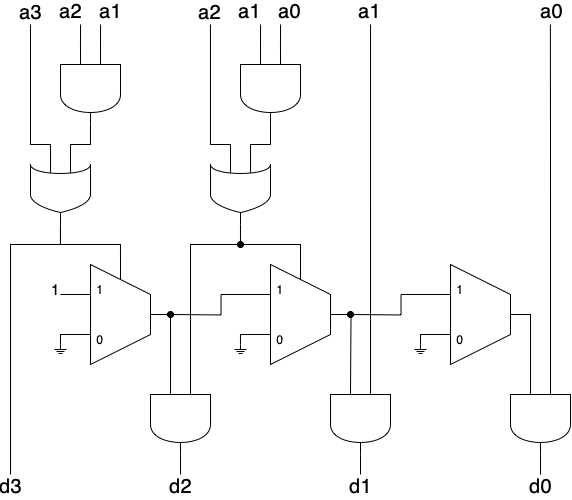
The draw.io diagram BASE_4BIT_SLICE.png in savedbyawaif/ApproxNOD, before a commit. Source tidied: cells renumbered, new cells last; positions are measured from the earlier drawing's top-left corner, leaving out a move shared by most shapes.
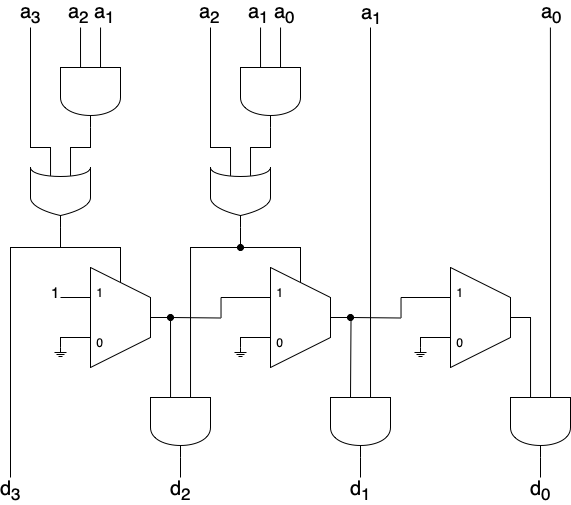
Later version of the same file.

Change to the diagram source:
```diff
@@ -23,9 +23,9 @@
         <mxPoint x="70" as="targetPoint" />
       </mxGeometry>
     </mxCell>
-    <mxCell id="7" value="&lt;font style=&quot;font-size: 20px;&quot;&gt;a2&lt;/font&gt;" style="edgeLabel;html=1;align=center;verticalAlign=middle;fontSize=20;labelBackgroundColor=none;" parent="6" vertex="1">
+    <mxCell id="7" value="&lt;font style=&quot;font-size: 20px;&quot;&gt;a&lt;sub&gt;2&lt;/sub&gt;&lt;/font&gt;" style="edgeLabel;html=1;align=center;verticalAlign=middle;fontSize=20;labelBackgroundColor=none;" parent="6" vertex="1">
       <mxGeometry relative="1" as="geometry">
-        <mxPoint x="-10" y="-33" as="offset" />
+        <mxPoint x="-3" y="-34" as="offset" />
       </mxGeometry>
     </mxCell>
     <mxCell id="8" style="edgeStyle=orthogonalEdgeStyle;rounded=0;jettySize=auto;html=1;exitX=0;exitY=0.333;exitDx=0;exitDy=0;exitPerimeter=0;endArrow=none;endFill=0;" parent="1" edge="1" source="10">
@@ -33,9 +33,9 @@
         <mxPoint x="90" as="targetPoint" />
       </mxGeometry>
     </mxCell>
-    <mxCell id="9" value="a1" style="edgeLabel;html=1;align=center;verticalAlign=middle;fontSize=20;rotation=0;labelBackgroundColor=none;" parent="8" vertex="1">
+    <mxCell id="9" value="a&lt;sub&gt;1&lt;/sub&gt;" style="edgeLabel;html=1;align=center;verticalAlign=middle;fontSize=20;rotation=0;labelBackgroundColor=none;" parent="8" vertex="1">
       <mxGeometry relative="1" as="geometry">
-        <mxPoint x="10" y="-33" as="offset" />
+        <mxPoint x="3" y="-34" as="offset" />
       </mxGeometry>
     </mxCell>
     <mxCell id="10" style="shape=(stored shape, 384 characters);whiteSpace=wrap;html=1;fontSize=10;direction=south;" parent="1" vertex="1">
@@ -51,9 +51,9 @@
         </Array>
       </mxGeometry>
     </mxCell>
-    <mxCell id="12" value="&lt;div style=&quot;font-size: 20px;&quot;&gt;a3&lt;/div&gt;" style="edgeLabel;html=1;align=center;verticalAlign=middle;fontSize=20;labelBackgroundColor=none;" parent="11" vertex="1">
+    <mxCell id="12" value="&lt;div style=&quot;font-size: 20px;&quot;&gt;a&lt;sub&gt;3&lt;/sub&gt;&lt;/div&gt;" style="edgeLabel;html=1;align=center;verticalAlign=middle;fontSize=20;labelBackgroundColor=none;" parent="11" vertex="1">
       <mxGeometry relative="1" as="geometry">
-        <mxPoint y="-97" as="offset" />
+        <mxPoint y="-98" as="offset" />
       </mxGeometry>
     </mxCell>
     <mxCell id="13" style="edgeStyle=orthogonalEdgeStyle;rounded=0;jettySize=auto;html=1;endArrow=none;endFill=0;" parent="1" edge="1" source="15">
@@ -65,9 +65,9 @@
         </Array>
       </mxGeometry>
     </mxCell>
-    <mxCell id="14" value="&lt;font style=&quot;font-size: 20px;&quot;&gt;d3&lt;/font&gt;" style="edgeLabel;html=1;align=center;verticalAlign=middle;labelBackgroundColor=none;" parent="13" vertex="1">
+    <mxCell id="14" value="&lt;font style=&quot;font-size: 20px;&quot;&gt;d&lt;sub&gt;3&lt;/sub&gt;&lt;/font&gt;" style="edgeLabel;html=1;align=center;verticalAlign=middle;labelBackgroundColor=none;" parent="13" vertex="1">
       <mxGeometry x="0.97" relative="1" as="geometry">
-        <mxPoint y="16" as="offset" />
+        <mxPoint y="17" as="offset" />
       </mxGeometry>
     </mxCell>
     <mxCell id="15" style="shape=(stored shape, 432 characters);whiteSpace=wrap;html=1;fontSize=10;direction=south;" parent="1" vertex="1">
@@ -84,9 +84,9 @@
         <mxPoint x="250" as="targetPoint" />
       </mxGeometry>
     </mxCell>
-    <mxCell id="19" value="a1" style="edgeLabel;html=1;align=center;verticalAlign=middle;fontSize=20;labelBackgroundColor=none;" parent="18" vertex="1">
+    <mxCell id="19" value="a&lt;sub&gt;1&lt;/sub&gt;" style="edgeLabel;html=1;align=center;verticalAlign=middle;fontSize=20;labelBackgroundColor=none;" parent="18" vertex="1">
       <mxGeometry relative="1" as="geometry">
-        <mxPoint x="-11" y="-33" as="offset" />
+        <mxPoint x="-3" y="-34" as="offset" />
       </mxGeometry>
     </mxCell>
     <mxCell id="20" style="edgeStyle=orthogonalEdgeStyle;rounded=0;jettySize=auto;html=1;exitX=0;exitY=0.333;exitDx=0;exitDy=0;exitPerimeter=0;endArrow=none;endFill=0;" parent="1" edge="1" source="22">
@@ -94,9 +94,9 @@
         <mxPoint x="270" as="targetPoint" />
       </mxGeometry>
     </mxCell>
-    <mxCell id="21" value="a0" style="edgeLabel;html=1;align=center;verticalAlign=middle;fontSize=20;labelBackgroundColor=none;" parent="20" vertex="1">
+    <mxCell id="21" value="a&lt;sub&gt;0&lt;/sub&gt;" style="edgeLabel;html=1;align=center;verticalAlign=middle;fontSize=20;labelBackgroundColor=none;" parent="20" vertex="1">
       <mxGeometry relative="1" as="geometry">
-        <mxPoint x="9" y="-33" as="offset" />
+        <mxPoint x="3" y="-34" as="offset" />
       </mxGeometry>
     </mxCell>
     <mxCell id="22" style="shape=(stored shape, 384 characters);whiteSpace=wrap;html=1;fontSize=10;direction=south;" parent="1" vertex="1">
@@ -112,9 +112,9 @@
         </Array>
       </mxGeometry>
     </mxCell>
-    <mxCell id="24" value="&lt;div style=&quot;font-size: 20px;&quot;&gt;a2&lt;/div&gt;" style="edgeLabel;html=1;align=center;verticalAlign=middle;fontSize=20;labelBackgroundColor=none;" parent="23" vertex="1">
+    <mxCell id="24" value="&lt;div style=&quot;font-size: 20px;&quot;&gt;a&lt;sub&gt;2&lt;/sub&gt;&lt;/div&gt;" style="edgeLabel;html=1;align=center;verticalAlign=middle;fontSize=20;labelBackgroundColor=none;" parent="23" vertex="1">
       <mxGeometry relative="1" as="geometry">
-        <mxPoint x="-1" y="-97" as="offset" />
+        <mxPoint x="-1" y="-98" as="offset" />
       </mxGeometry>
     </mxCell>
     <mxCell id="25" style="shape=(stored shape, 432 characters);whiteSpace=wrap;html=1;fontSize=10;direction=south;" parent="1" vertex="1">
@@ -131,9 +131,9 @@
         <mxPoint x="170" y="450" as="targetPoint" />
       </mxGeometry>
     </mxCell>
-    <mxCell id="29" value="&lt;font style=&quot;font-size: 20px;&quot;&gt;d2&lt;/font&gt;" style="edgeLabel;html=1;align=center;verticalAlign=middle;labelBackgroundColor=none;" parent="28" vertex="1">
+    <mxCell id="29" value="&lt;font style=&quot;font-size: 20px;&quot;&gt;d&lt;sub&gt;2&lt;/sub&gt;&lt;/font&gt;" style="edgeLabel;html=1;align=center;verticalAlign=middle;labelBackgroundColor=none;" parent="28" vertex="1">
       <mxGeometry relative="1" as="geometry">
-        <mxPoint y="21" as="offset" />
+        <mxPoint y="23" as="offset" />
       </mxGeometry>
     </mxCell>
     <mxCell id="30" style="shape=(stored shape, 384 characters);whiteSpace=wrap;html=1;fontSize=10;direction=south;" parent="1" vertex="1">
@@ -198,9 +198,9 @@
         <mxPoint x="360" as="targetPoint" />
       </mxGeometry>
     </mxCell>
-    <mxCell id="42" value="&lt;font style=&quot;font-size: 20px;&quot;&gt;a1&lt;/font&gt;" style="edgeLabel;html=1;align=center;verticalAlign=middle;labelBackgroundColor=none;" parent="41" vertex="1">
+    <mxCell id="42" value="&lt;font style=&quot;font-size: 20px;&quot;&gt;a&lt;sub&gt;1&lt;/sub&gt;&lt;/font&gt;" style="edgeLabel;html=1;align=center;verticalAlign=middle;labelBackgroundColor=none;" parent="41" vertex="1">
       <mxGeometry relative="1" as="geometry">
-        <mxPoint x="-2" y="-198" as="offset" />
+        <mxPoint y="-199" as="offset" />
       </mxGeometry>
     </mxCell>
     <mxCell id="43" style="edgeStyle=orthogonalEdgeStyle;rounded=0;jettySize=auto;html=1;exitX=1;exitY=0.5;exitDx=0;exitDy=0;exitPerimeter=0;endArrow=none;endFill=0;" parent="1" edge="1" source="45">
@@ -208,9 +208,9 @@
         <mxPoint x="350" y="450" as="targetPoint" />
       </mxGeometry>
     </mxCell>
-    <mxCell id="44" value="&lt;font style=&quot;font-size: 20px;&quot;&gt;d1&lt;/font&gt;" style="edgeLabel;html=1;align=center;verticalAlign=middle;labelBackgroundColor=none;" parent="43" vertex="1">
+    <mxCell id="44" value="&lt;font style=&quot;font-size: 20px;&quot;&gt;d&lt;sub&gt;1&lt;/sub&gt;&lt;/font&gt;" style="edgeLabel;html=1;align=center;verticalAlign=middle;labelBackgroundColor=none;" parent="43" vertex="1">
       <mxGeometry relative="1" as="geometry">
-        <mxPoint y="21" as="offset" />
+        <mxPoint y="23" as="offset" />
       </mxGeometry>
     </mxCell>
     <mxCell id="45" style="shape=(stored shape, 384 characters);whiteSpace=wrap;html=1;fontSize=10;direction=south;" parent="1" vertex="1">
@@ -238,9 +238,9 @@
         <mxPoint x="539.9" as="targetPoint" />
       </mxGeometry>
     </mxCell>
-    <mxCell id="50" value="&lt;span style=&quot;font-size: 20px;&quot;&gt;a0&lt;/span&gt;" style="edgeLabel;html=1;align=center;verticalAlign=middle;labelBackgroundColor=none;" parent="49" vertex="1">
+    <mxCell id="50" value="&lt;span style=&quot;font-size: 20px;&quot;&gt;a&lt;sub&gt;0&lt;/sub&gt;&lt;/span&gt;" style="edgeLabel;html=1;align=center;verticalAlign=middle;labelBackgroundColor=none;" parent="49" vertex="1">
       <mxGeometry relative="1" as="geometry">
-        <mxPoint y="-198" as="offset" />
+        <mxPoint y="-199" as="offset" />
       </mxGeometry>
     </mxCell>
     <mxCell id="51" style="edgeStyle=orthogonalEdgeStyle;rounded=0;jettySize=auto;html=1;exitX=1;exitY=0.5;exitDx=0;exitDy=0;exitPerimeter=0;endArrow=none;endFill=0;" parent="1" edge="1" source="53">
@@ -248,9 +248,9 @@
         <mxPoint x="530" y="450" as="targetPoint" />
       </mxGeometry>
     </mxCell>
-    <mxCell id="52" value="&lt;font style=&quot;font-size: 20px;&quot;&gt;d0&lt;/font&gt;" style="edgeLabel;html=1;align=center;verticalAlign=middle;labelBackgroundColor=none;" parent="51" vertex="1">
+    <mxCell id="52" value="&lt;font style=&quot;font-size: 20px;&quot;&gt;d&lt;sub&gt;0&lt;/sub&gt;&lt;/font&gt;" style="edgeLabel;html=1;align=center;verticalAlign=middle;labelBackgroundColor=none;" parent="51" vertex="1">
       <mxGeometry relative="1" as="geometry">
-        <mxPoint y="21" as="offset" />
+        <mxPoint y="23" as="offset" />
       </mxGeometry>
     </mxCell>
     <mxCell id="53" style="shape=(stored shape, 384 characters);whiteSpace=wrap;html=1;fontSize=10;direction=south;" parent="1" vertex="1">
```
